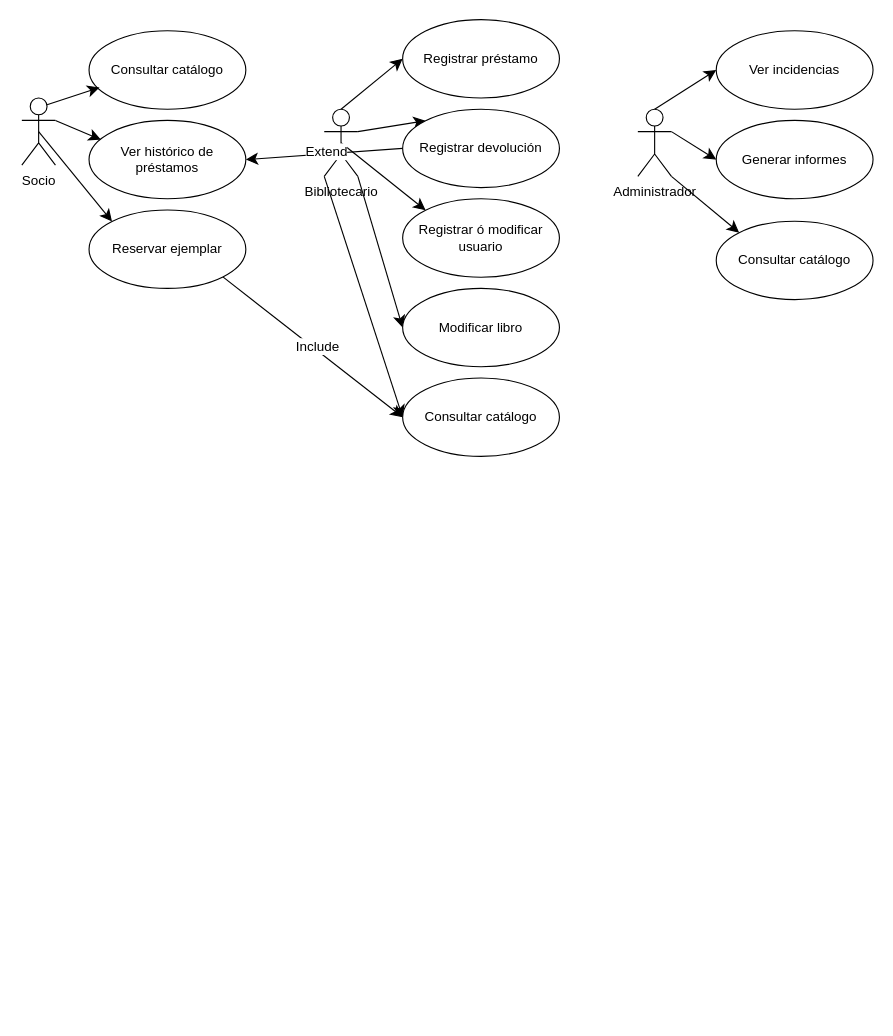
Above: biblioteca-uml.drawio in RubenLopezB-Ast/EDD_Proyecto2 (draw.io), before the change. Source tidied: cells renumbered, new cells numbered last; positions are measured from the earlier drawing's top-left corner, leaving out a move shared by most shapes. Both pictures are drawn from the tidied source at 112%, with x=0, y=0 at pixel (21, 19).
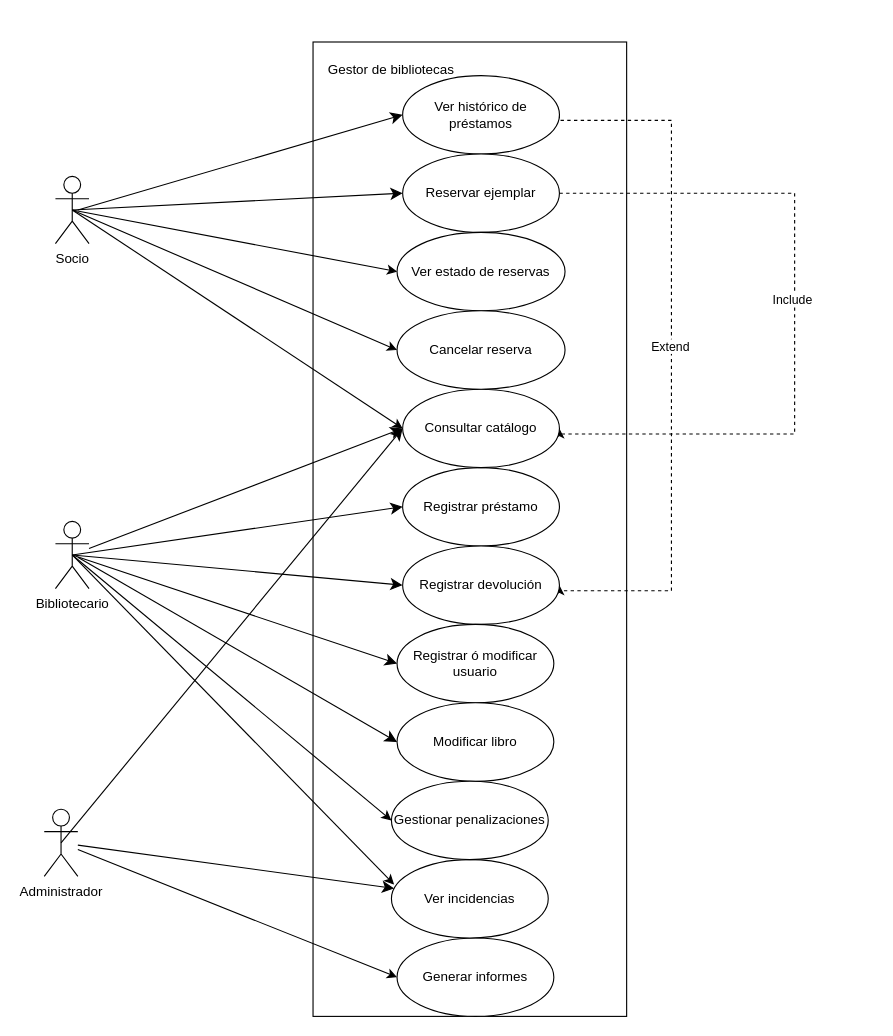
After the change.

Commit message (it also covers changes not shown here):
Segunda subida modificacion del diagrama uml

Change to the diagram source:
```diff
@@
+    <mxCell id="31" style="whiteSpace=wrap;html=1;" parent="1" vertex="1">
+      <mxGeometry x="260" y="20" width="280" height="870" as="geometry" />
+    </mxCell>
-    <mxCell id="2" style="edgeStyle=none;curved=1;rounded=0;jettySize=auto;html=1;exitX=0.5;exitY=0.5;exitDx=0;exitDy=0;exitPerimeter=0;entryX=0;entryY=0;entryDx=0;entryDy=0;fontSize=12;startSize=8;endSize=8;" parent="1" edge="1" source="3" target="18">
+    <mxCell id="2" style="edgeStyle=none;curved=1;rounded=0;jettySize=auto;html=1;exitX=0.5;exitY=0.5;exitDx=0;exitDy=0;exitPerimeter=0;entryX=0;entryY=0.5;entryDx=0;entryDy=0;fontSize=12;startSize=8;endSize=8;" parent="1" edge="1" source="3" target="18">
       <mxGeometry relative="1" as="geometry" />
     </mxCell>
+    <mxCell id="32" style="rounded=0;jettySize=auto;html=1;exitX=0.5;exitY=0.5;exitDx=0;exitDy=0;exitPerimeter=0;entryX=0;entryY=0.5;entryDx=0;entryDy=0;" parent="1" edge="1" source="3" target="27">
+      <mxGeometry relative="1" as="geometry" />
+    </mxCell>
+    <mxCell id="33" style="rounded=0;jettySize=auto;html=1;exitX=0.5;exitY=0.5;exitDx=0;exitDy=0;exitPerimeter=0;entryX=0;entryY=0.5;entryDx=0;entryDy=0;" parent="1" edge="1" source="3" target="39">
+      <mxGeometry relative="1" as="geometry" />
+    </mxCell>
+    <mxCell id="34" style="rounded=0;jettySize=auto;html=1;exitX=0.5;exitY=0.5;exitDx=0;exitDy=0;exitPerimeter=0;entryX=0;entryY=0.5;entryDx=0;entryDy=0;" parent="1" edge="1" source="3" target="40">
+      <mxGeometry relative="1" as="geometry" />
+    </mxCell>
     <mxCell id="3" value="Socio" style="shape=umlActor;verticalLabelPosition=bottom;verticalAlign=top;html=1;outlineConnect=0;" parent="1" vertex="1">
-      <mxGeometry y="70" width="30" height="60" as="geometry" />
+      <mxGeometry x="30" y="140" width="30" height="60" as="geometry" />
     </mxCell>
-    <mxCell id="4" style="edgeStyle=none;curved=1;rounded=0;jettySize=auto;html=1;exitX=0.5;exitY=0;exitDx=0;exitDy=0;exitPerimeter=0;entryX=0;entryY=0.5;entryDx=0;entryDy=0;fontSize=12;startSize=8;endSize=8;" parent="1" edge="1" source="9" target="19">
+    <mxCell id="4" style="edgeStyle=none;curved=1;rounded=0;jettySize=auto;html=1;exitX=0.5;exitY=0.5;exitDx=0;exitDy=0;exitPerimeter=0;entryX=0;entryY=0.5;entryDx=0;entryDy=0;fontSize=12;startSize=8;endSize=8;" parent="1" edge="1" source="9" target="19">
       <mxGeometry relative="1" as="geometry" />
     </mxCell>
-    <mxCell id="5" style="edgeStyle=none;curved=1;rounded=0;jettySize=auto;html=1;exitX=1;exitY=0.3333333333333333;exitDx=0;exitDy=0;exitPerimeter=0;entryX=0;entryY=0;entryDx=0;entryDy=0;fontSize=12;startSize=8;endSize=8;" parent="1" edge="1" source="9" target="22">
+    <mxCell id="5" style="edgeStyle=none;curved=1;rounded=0;jettySize=auto;html=1;exitX=0.5;exitY=0.5;exitDx=0;exitDy=0;exitPerimeter=0;entryX=0;entryY=0.5;entryDx=0;entryDy=0;fontSize=12;startSize=8;endSize=8;" parent="1" edge="1" source="9" target="22">
       <mxGeometry relative="1" as="geometry" />
     </mxCell>
-    <mxCell id="6" style="edgeStyle=none;curved=1;rounded=0;jettySize=auto;html=1;exitX=0.5;exitY=0.5;exitDx=0;exitDy=0;exitPerimeter=0;entryX=0;entryY=0;entryDx=0;entryDy=0;fontSize=12;startSize=8;endSize=8;" parent="1" edge="1" source="9" target="23">
+    <mxCell id="6" style="edgeStyle=none;curved=1;rounded=0;jettySize=auto;html=1;exitX=0.5;exitY=0.5;exitDx=0;exitDy=0;exitPerimeter=0;entryX=0;entryY=0.5;entryDx=0;entryDy=0;fontSize=12;startSize=8;endSize=8;" parent="1" edge="1" source="9" target="23">
       <mxGeometry relative="1" as="geometry" />
     </mxCell>
-    <mxCell id="7" style="edgeStyle=none;curved=1;rounded=0;jettySize=auto;html=1;exitX=1;exitY=1;exitDx=0;exitDy=0;exitPerimeter=0;entryX=0;entryY=0.5;entryDx=0;entryDy=0;fontSize=12;startSize=8;endSize=8;" parent="1" edge="1" source="9" target="24">
-      <mxGeometry relative="1" as="geometry" />
+    <mxCell id="7" style="edgeStyle=none;curved=1;rounded=0;jettySize=auto;html=1;entryX=0;entryY=0.5;entryDx=0;entryDy=0;fontSize=12;startSize=8;endSize=8;" parent="1" edge="1" target="24">
+      <mxGeometry relative="1" as="geometry">
+        <mxPoint x="50" y="480" as="sourcePoint" />
+      </mxGeometry>
     </mxCell>
-    <mxCell id="8" style="edgeStyle=none;curved=1;rounded=0;jettySize=auto;html=1;exitX=0;exitY=1;exitDx=0;exitDy=0;exitPerimeter=0;entryX=0;entryY=0.5;entryDx=0;entryDy=0;fontSize=12;startSize=8;endSize=8;" parent="1" edge="1" source="9" target="27">
+    <mxCell id="8" style="edgeStyle=none;curved=1;rounded=0;jettySize=auto;html=1;entryX=0;entryY=0.5;entryDx=0;entryDy=0;fontSize=12;startSize=8;endSize=8;" parent="1" edge="1" source="9" target="27">
       <mxGeometry relative="1" as="geometry" />
     </mxCell>
+    <mxCell id="35" style="rounded=0;jettySize=auto;html=1;exitX=0.5;exitY=0.5;exitDx=0;exitDy=0;exitPerimeter=0;entryX=0;entryY=0.5;entryDx=0;entryDy=0;" parent="1" edge="1" source="9" target="41">
+      <mxGeometry relative="1" as="geometry" />
+    </mxCell>
     <mxCell id="9" value="Bibliotecario" style="shape=umlActor;verticalLabelPosition=bottom;verticalAlign=top;html=1;outlineConnect=0;" parent="1" vertex="1">
-      <mxGeometry x="270" y="80" width="30" height="60" as="geometry" />
+      <mxGeometry x="30" y="448" width="30" height="60" as="geometry" />
     </mxCell>
-    <mxCell id="10" style="edgeStyle=none;curved=1;rounded=0;jettySize=auto;html=1;exitX=0.5;exitY=0;exitDx=0;exitDy=0;exitPerimeter=0;entryX=0;entryY=0.5;entryDx=0;entryDy=0;fontSize=12;startSize=8;endSize=8;" parent="1" edge="1" source="13" target="26">
+    <mxCell id="10" style="edgeStyle=none;curved=1;rounded=0;jettySize=auto;html=1;exitX=0.5;exitY=0.5;exitDx=0;exitDy=0;exitPerimeter=0;fontSize=12;startSize=8;endSize=8;entryX=0;entryY=0.5;entryDx=0;entryDy=0;" parent="1" edge="1" source="13" target="27">
       <mxGeometry relative="1" as="geometry" />
     </mxCell>
-    <mxCell id="11" style="edgeStyle=none;curved=1;rounded=0;jettySize=auto;html=1;exitX=1;exitY=0.3333333333333333;exitDx=0;exitDy=0;exitPerimeter=0;entryX=0;entryY=0.5;entryDx=0;entryDy=0;fontSize=12;startSize=8;endSize=8;" parent="1" edge="1" source="13" target="25">
+    <mxCell id="11" style="edgeStyle=none;curved=1;rounded=0;jettySize=auto;html=1;fontSize=12;startSize=8;endSize=8;" parent="1" edge="1" source="13" target="26">
       <mxGeometry relative="1" as="geometry" />
     </mxCell>
-    <mxCell id="12" style="edgeStyle=none;curved=1;rounded=0;jettySize=auto;html=1;exitX=1;exitY=1;exitDx=0;exitDy=0;exitPerimeter=0;entryX=0;entryY=0;entryDx=0;entryDy=0;fontSize=12;startSize=8;endSize=8;" parent="1" edge="1" source="13" target="28">
-      <mxGeometry relative="1" as="geometry" />
-    </mxCell>
+    <mxCell id="36" style="rounded=0;jettySize=auto;html=1;entryX=0;entryY=0.5;entryDx=0;entryDy=0;" parent="1" edge="1" source="13" target="25">
+      <mxGeometry relative="1" as="geometry" />
+    </mxCell>
     <mxCell id="13" value="Administrador" style="shape=umlActor;verticalLabelPosition=bottom;verticalAlign=top;html=1;outlineConnect=0;" parent="1" vertex="1">
-      <mxGeometry x="550" y="80" width="30" height="60" as="geometry" />
+      <mxGeometry x="20" y="705" width="30" height="60" as="geometry" />
     </mxCell>
-    <mxCell id="14" value="Consultar catálogo" style="ellipse;whiteSpace=wrap;html=1;" parent="1" vertex="1">
-      <mxGeometry x="60" y="10" width="140" height="70" as="geometry" />
-    </mxCell>
+    <mxCell id="37" style="edgeStyle=orthogonalEdgeStyle;rounded=0;jettySize=auto;html=1;exitX=1;exitY=0.5;exitDx=0;exitDy=0;entryX=1;entryY=0.5;entryDx=0;entryDy=0;dashed=1;" parent="1" edge="1" source="15" target="22">
+      <mxGeometry relative="1" as="geometry">
+        <Array as="points">
+          <mxPoint x="480" y="90" />
+          <mxPoint x="580" y="90" />
+          <mxPoint x="580" y="510" />
+          <mxPoint x="480" y="510" />
+        </Array>
+      </mxGeometry>
+    </mxCell>
+    <mxCell id="21" value="Extend" style="edgeLabel;html=1;align=center;verticalAlign=middle;" parent="37" vertex="1">
+      <mxGeometry x="-0.03" y="-2" relative="1" as="geometry" />
+    </mxCell>
     <mxCell id="15" value="Ver histórico de préstamos" style="ellipse;whiteSpace=wrap;html=1;" parent="1" vertex="1">
-      <mxGeometry x="60" y="90" width="140" height="70" as="geometry" />
+      <mxGeometry x="340" y="50" width="140" height="70" as="geometry" />
     </mxCell>
-    <mxCell id="16" style="edgeStyle=none;curved=1;rounded=0;jettySize=auto;html=1;exitX=1;exitY=1;exitDx=0;exitDy=0;entryX=0;entryY=0.5;entryDx=0;entryDy=0;fontSize=12;startSize=8;endSize=8;" parent="1" edge="1" source="18" target="27">
-      <mxGeometry relative="1" as="geometry" />
+    <mxCell id="16" style="edgeStyle=orthogonalEdgeStyle;rounded=0;jettySize=auto;html=1;exitX=1;exitY=0.5;exitDx=0;exitDy=0;entryX=1;entryY=0.5;entryDx=0;entryDy=0;dashed=1;" parent="1" edge="1" source="18" target="27">
+      <mxGeometry relative="1" as="geometry">
+        <Array as="points">
+          <mxPoint x="690" y="155" />
+          <mxPoint x="690" y="370" />
+          <mxPoint x="480" y="370" />
+        </Array>
+      </mxGeometry>
     </mxCell>
-    <mxCell id="17" value="Include" style="edgeLabel;html=1;align=center;verticalAlign=middle;fontSize=12;" parent="16" vertex="1">
-      <mxGeometry x="0.02" y="3" relative="1" as="geometry" />
+    <mxCell id="17" value="Include" style="edgeLabel;html=1;align=center;verticalAlign=middle;" parent="16" vertex="1">
+      <mxGeometry x="-0.05" y="-3" relative="1" as="geometry" />
     </mxCell>
     <mxCell id="18" value="Reservar ejemplar" style="ellipse;whiteSpace=wrap;html=1;" parent="1" vertex="1">
-      <mxGeometry x="60" y="170" width="140" height="70" as="geometry" />
+      <mxGeometry x="340" y="120" width="140" height="70" as="geometry" />
     </mxCell>
     <mxCell id="19" value="Registrar préstamo" style="ellipse;whiteSpace=wrap;html=1;" parent="1" vertex="1">
-      <mxGeometry x="340" width="140" height="70" as="geometry" />
+      <mxGeometry x="340" y="400" width="140" height="70" as="geometry" />
     </mxCell>
-    <mxCell id="20" style="edgeStyle=none;curved=1;rounded=0;jettySize=auto;html=1;exitX=0;exitY=0.5;exitDx=0;exitDy=0;entryX=1;entryY=0.5;entryDx=0;entryDy=0;fontSize=12;startSize=8;endSize=8;" parent="1" edge="1" source="22" target="15">
-      <mxGeometry relative="1" as="geometry" />
-    </mxCell>
-    <mxCell id="21" value="Extend" style="edgeLabel;html=1;align=center;verticalAlign=middle;fontSize=12;" parent="20" vertex="1">
-      <mxGeometry x="-0.01" y="-2" relative="1" as="geometry" />
-    </mxCell>
     <mxCell id="22" value="Registrar devolución" style="ellipse;whiteSpace=wrap;html=1;" parent="1" vertex="1">
-      <mxGeometry x="340" y="80" width="140" height="70" as="geometry" />
+      <mxGeometry x="340" y="470" width="140" height="70" as="geometry" />
     </mxCell>
     <mxCell id="23" value="Registrar ó modificar usuario" style="ellipse;whiteSpace=wrap;html=1;" parent="1" vertex="1">
-      <mxGeometry x="340" y="160" width="140" height="70" as="geometry" />
+      <mxGeometry x="335" y="540" width="140" height="70" as="geometry" />
     </mxCell>
     <mxCell id="24" value="Modificar libro" style="ellipse;whiteSpace=wrap;html=1;" parent="1" vertex="1">
-      <mxGeometry x="340" y="240" width="140" height="70" as="geometry" />
+      <mxGeometry x="335" y="610" width="140" height="70" as="geometry" />
     </mxCell>
     <mxCell id="25" value="Generar informes" style="ellipse;whiteSpace=wrap;html=1;" parent="1" vertex="1">
-      <mxGeometry x="620" y="90" width="140" height="70" as="geometry" />
+      <mxGeometry x="335" y="820" width="140" height="70" as="geometry" />
     </mxCell>
     <mxCell id="26" value="Ver incidencias" style="ellipse;whiteSpace=wrap;html=1;" parent="1" vertex="1">
-      <mxGeometry x="620" y="10" width="140" height="70" as="geometry" />
+      <mxGeometry x="330" y="750" width="140" height="70" as="geometry" />
     </mxCell>
     <mxCell id="27" value="Consultar catálogo" style="ellipse;whiteSpace=wrap;html=1;" parent="1" vertex="1">
-      <mxGeometry x="340" y="320" width="140" height="70" as="geometry" />
+      <mxGeometry x="340" y="330" width="140" height="70" as="geometry" />
     </mxCell>
-    <mxCell id="28" value="Consultar catálogo" style="ellipse;whiteSpace=wrap;html=1;" parent="1" vertex="1">
-      <mxGeometry x="620" y="180" width="140" height="70" as="geometry" />
-    </mxCell>
-    <mxCell id="29" style="edgeStyle=none;curved=1;rounded=0;jettySize=auto;html=1;exitX=0.75;exitY=0.1;exitDx=0;exitDy=0;exitPerimeter=0;entryX=0.067;entryY=0.722;entryDx=0;entryDy=0;entryPerimeter=0;fontSize=12;startSize=8;endSize=8;" parent="1" edge="1" source="3" target="14">
-      <mxGeometry relative="1" as="geometry" />
-    </mxCell>
-    <mxCell id="30" style="edgeStyle=none;curved=1;rounded=0;jettySize=auto;html=1;exitX=1;exitY=0.3333333333333333;exitDx=0;exitDy=0;exitPerimeter=0;entryX=0.075;entryY=0.245;entryDx=0;entryDy=0;entryPerimeter=0;fontSize=12;startSize=8;endSize=8;" parent="1" edge="1" source="3" target="15">
-      <mxGeometry relative="1" as="geometry" />
+    <mxCell id="30" style="edgeStyle=none;curved=1;rounded=0;jettySize=auto;html=1;entryX=0;entryY=0.5;entryDx=0;entryDy=0;fontSize=12;startSize=8;endSize=8;" parent="1" edge="1" target="15">
+      <mxGeometry relative="1" as="geometry">
+        <mxPoint x="50" y="170" as="sourcePoint" />
+      </mxGeometry>
     </mxCell>
+    <mxCell id="38" value="Gestor de bibliotecas" style="text;strokeColor=none;align=center;fillColor=none;html=1;verticalAlign=middle;whiteSpace=wrap;rounded=0;" parent="1" vertex="1">
+      <mxGeometry x="270" y="30" width="120" height="30" as="geometry" />
+    </mxCell>
+    <mxCell id="39" value="Ver estado de reservas" style="ellipse;whiteSpace=wrap;html=1;" parent="1" vertex="1">
+      <mxGeometry x="335" y="190" width="150" height="70" as="geometry" />
+    </mxCell>
+    <mxCell id="40" value="Cancelar reserva" style="ellipse;whiteSpace=wrap;html=1;" parent="1" vertex="1">
+      <mxGeometry x="335" y="260" width="150" height="70" as="geometry" />
+    </mxCell>
+    <mxCell id="41" value="Gestionar penalizaciones" style="ellipse;whiteSpace=wrap;html=1;" parent="1" vertex="1">
+      <mxGeometry x="330" y="680" width="140" height="70" as="geometry" />
+    </mxCell>
+    <mxCell id="42" style="rounded=0;jettySize=auto;html=1;exitX=0.5;exitY=0.5;exitDx=0;exitDy=0;exitPerimeter=0;entryX=0.017;entryY=0.318;entryDx=0;entryDy=0;entryPerimeter=0;" parent="1" edge="1" source="9" target="26">
+      <mxGeometry relative="1" as="geometry" />
+    </mxCell>
```
